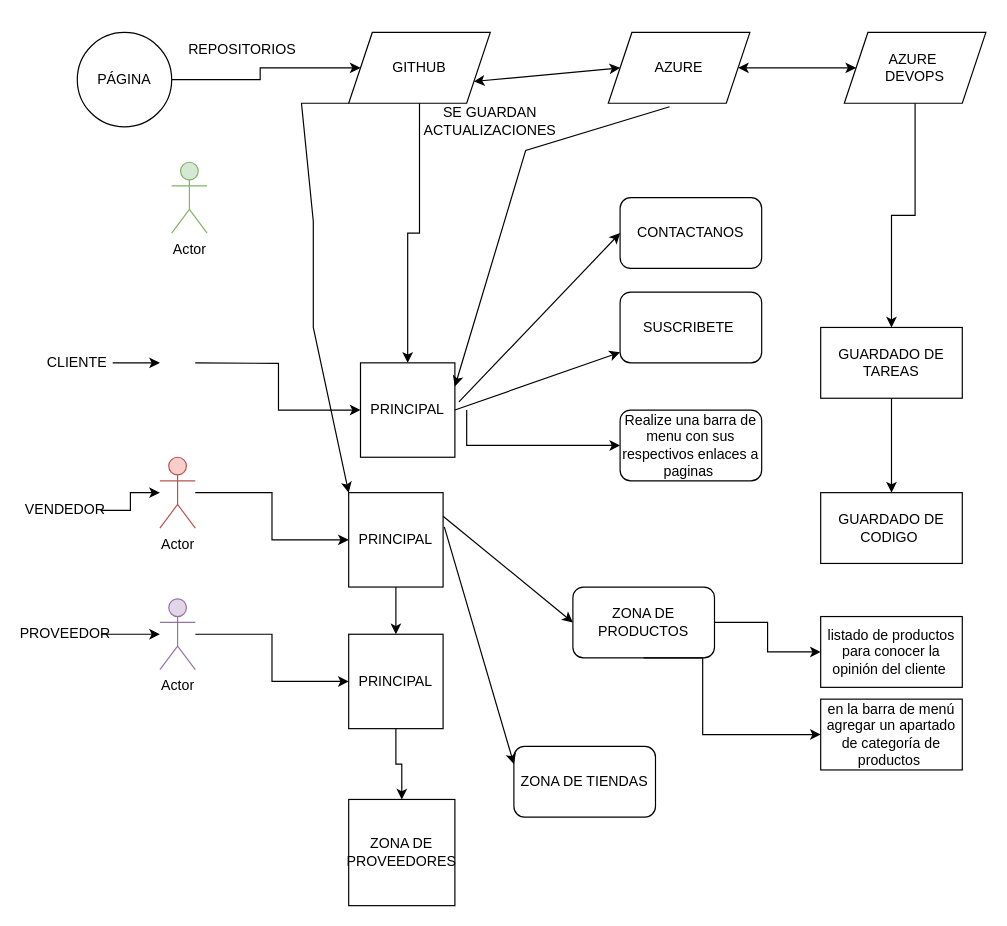
Before: Untitled Diagram.drawio in 62258553/Dise-o-de-Prueba, a draw.io diagram. Source tidied: cells renumbered, new cells numbered last; positions are measured from the earlier drawing's top-left corner, leaving out a move shared by most shapes. Both pictures are drawn from the tidied source at 118%, with x=0, y=0 at pixel (30, 32).
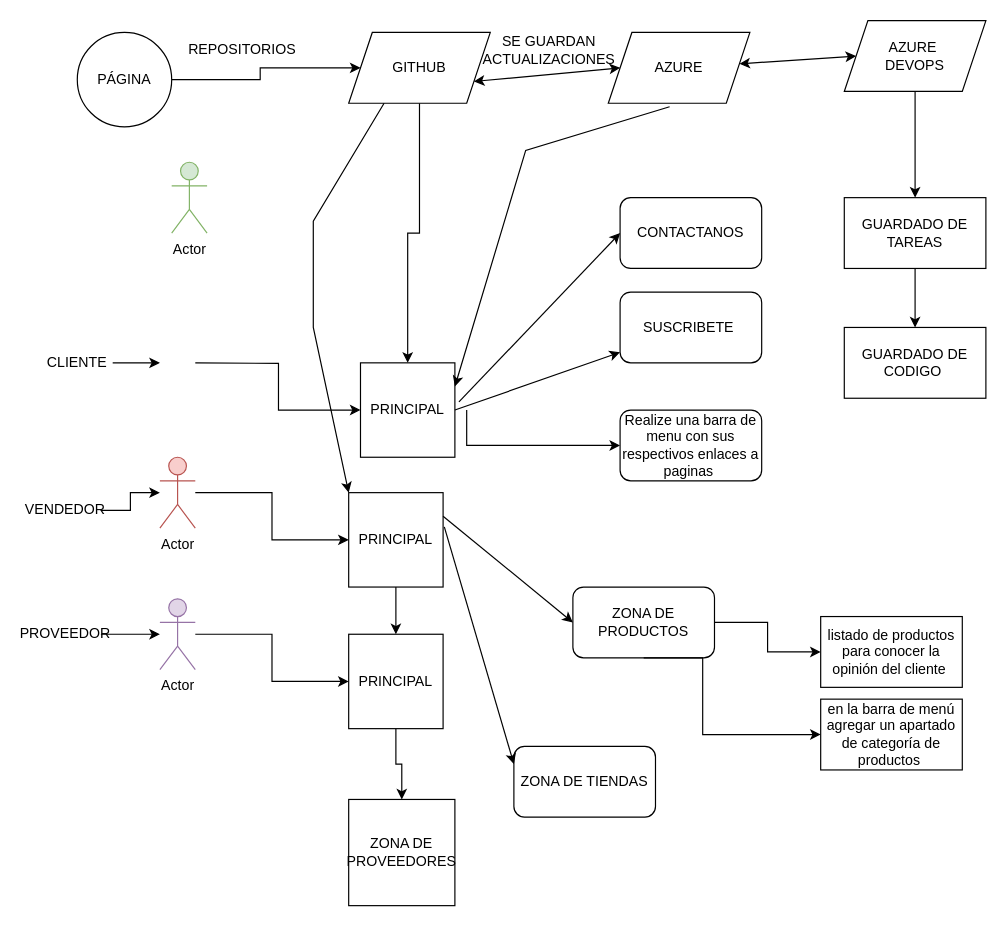
After the change.

The change refers to these unchanged cells:
```xml
<mxCell id="11" value="GITHUB" style="shape=parallelogram;perimeter=parallelogramPerimeter;whiteSpace=wrap;html=1;fixedSize=1;" parent="1" vertex="1">
  <mxGeometry x="270" width="120" height="60" as="geometry" />
</mxCell>
<mxCell id="21" value="PRINCIPAL" style="whiteSpace=wrap;html=1;" parent="1" vertex="1">
  <mxGeometry x="270" y="390" width="80" height="80" as="geometry" />
</mxCell>
```

The edit, as a diff of the source:
```diff
@@
     <mxCell id="25" value="SE GUARDAN ACTUALIZACIONES" style="text;html=1;strokeColor=none;fillColor=none;align=center;verticalAlign=middle;whiteSpace=wrap;rounded=0;" parent="1" vertex="1">
-      <mxGeometry x="360" y="60" width="60" height="30" as="geometry" />
+      <mxGeometry x="410" width="60" height="30" as="geometry" />
     </mxCell>
@@
     <mxCell id="29" value="AZURE&amp;nbsp;&lt;br&gt;DEVOPS" style="shape=parallelogram;perimeter=parallelogramPerimeter;whiteSpace=wrap;html=1;fixedSize=1;" parent="1" vertex="1">
-      <mxGeometry x="690" width="120" height="60" as="geometry" />
+      <mxGeometry x="690" y="-10" width="120" height="60" as="geometry" />
     </mxCell>
@@
     <mxCell id="31" value="GUARDADO DE TAREAS" style="whiteSpace=wrap;html=1;" parent="1" vertex="1">
-      <mxGeometry x="670" y="250" width="120" height="60" as="geometry" />
+      <mxGeometry x="690" y="140" width="120" height="60" as="geometry" />
     </mxCell>
     <mxCell id="32" value="GUARDADO DE CODIGO&amp;nbsp;" style="whiteSpace=wrap;html=1;" parent="1" vertex="1">
-      <mxGeometry x="670" y="390" width="120" height="60" as="geometry" />
+      <mxGeometry x="690" y="250" width="120" height="60" as="geometry" />
     </mxCell>
@@
-    <mxCell id="43" style="endArrow=classic;html=1;rounded=0;entryX=0;entryY=0;entryDx=0;entryDy=0;exitX=0;exitY=1;exitDx=0;exitDy=0;" parent="1" edge="1" source="11" target="21">
+    <mxCell id="43" style="endArrow=classic;html=1;rounded=0;entryX=0;entryY=0;entryDx=0;entryDy=0;exitX=0.25;exitY=1;exitDx=0;exitDy=0;" parent="1" edge="1" source="11" target="21">
       <mxGeometry relative="1" as="geometry">
         <Array as="points">
-          <mxPoint x="230" y="60" />
           <mxPoint x="240" y="160" />
           <mxPoint x="240" y="250" />
         </Array>
       </mxGeometry>
     </mxCell>
```
